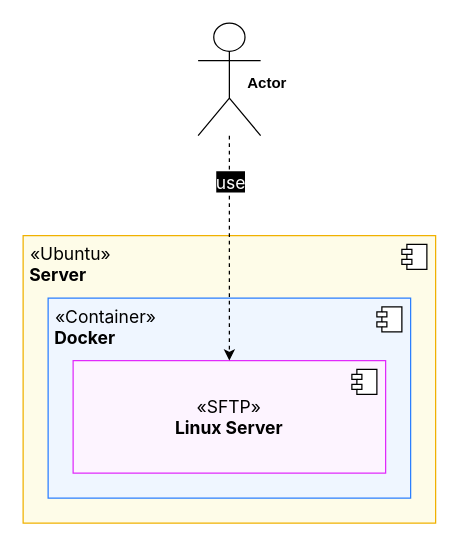
Above: page "server_sftp-introduction" (1 of 3) of public/DATA_STREET/DATA_STREET.drawio in TrulyDigital/project-documentation (draw.io), before the change. Source tidied: cells renumbered, new cells numbered last; positions are measured from the earlier drawing's top-left corner, leaving out a move shared by most shapes. Both pictures are drawn from the tidied source at 125%, with x=0, y=0 at pixel (22, 22).
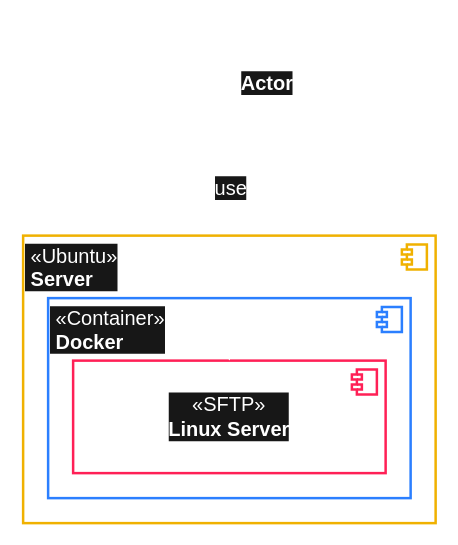
Above is the later version.

What changed in the source:
```diff
@@
 <mxGraphModel>
   <root>
     <mxCell id="0" />
     <mxCell id="1" parent="0" />
-    <mxCell id="2" value="&amp;nbsp;«Ubuntu»&lt;br&gt;&lt;b&gt;&amp;nbsp;Server&lt;/b&gt;" style="html=1;whiteSpace=wrap;align=left;verticalAlign=top;fillColor=light-dark(#FEFCE8,#FEFCE8);fontFamily=Inter;strokeColor=#F0B100;fontSize=14;" parent="1" vertex="1">
+    <mxCell id="2" value="&lt;span style=&quot;&quot;&gt;&amp;nbsp;«Ubuntu»&lt;br&gt;&lt;b&gt;&amp;nbsp;Server&lt;/b&gt;&lt;/span&gt;" style="html=1;whiteSpace=wrap;align=left;verticalAlign=top;fillColor=none;fontFamily=Helvetica;strokeColor=#F0B100;fontSize=16;strokeWidth=2;fontColor=#FFFFFF;labelBackgroundColor=#171717;" parent="1" vertex="1">
       <mxGeometry y="170" width="330" height="230" as="geometry" />
     </mxCell>
-    <mxCell id="3" style="shape=module;jettyWidth=8;jettyHeight=4;fontFamily=Inter;fontSize=14;" parent="2" vertex="1">
+    <mxCell id="3" style="shape=module;jettyWidth=8;jettyHeight=4;fontFamily=Inter;fontSize=16;fillColor=none;strokeColor=#F0B100;strokeWidth=2;" parent="2" vertex="1">
       <mxGeometry x="1" width="20" height="20" relative="1" as="geometry">
         <mxPoint x="-27" y="7" as="offset" />
       </mxGeometry>
     </mxCell>
-    <mxCell id="4" value="&amp;nbsp;«Container»&lt;br&gt;&lt;b&gt;&amp;nbsp;Docker&lt;/b&gt;" style="html=1;whiteSpace=wrap;align=left;verticalAlign=top;fillColor=#EFF6FF;fontFamily=Inter;strokeColor=#2B7FFF;fontSize=14;" parent="1" vertex="1">
+    <mxCell id="4" value="&lt;font style=&quot;&quot;&gt;&amp;nbsp;«Container»&lt;br&gt;&lt;b&gt;&amp;nbsp;Docker&lt;/b&gt;&lt;/font&gt;" style="html=1;whiteSpace=wrap;align=left;verticalAlign=top;fillColor=none;fontFamily=Helvetica;strokeColor=#2B7FFF;fontSize=16;strokeWidth=2;fontColor=#FFFFFF;labelBackgroundColor=#171717;" parent="1" vertex="1">
       <mxGeometry x="20" y="220" width="290" height="160" as="geometry" />
     </mxCell>
-    <mxCell id="5" style="shape=module;jettyWidth=8;jettyHeight=4;fontFamily=Inter;fontSize=14;" parent="4" vertex="1">
+    <mxCell id="5" style="shape=module;jettyWidth=8;jettyHeight=4;fontFamily=Inter;fontSize=16;fillColor=none;strokeColor=#2B7FFF;strokeWidth=2;" parent="4" vertex="1">
       <mxGeometry x="1" width="20" height="20" relative="1" as="geometry">
         <mxPoint x="-27" y="7" as="offset" />
       </mxGeometry>
     </mxCell>
-    <mxCell id="6" value="«SFTP»&lt;br&gt;&lt;b&gt;Linux Server&lt;/b&gt;" style="html=1;whiteSpace=wrap;align=center;verticalAlign=middle;fillColor=#FDF4FF;fontFamily=Inter;strokeColor=#E12AFB;fontSize=14;" parent="1" vertex="1">
+    <mxCell id="6" value="&lt;font style=&quot;&quot;&gt;«SFTP»&lt;br&gt;&lt;b&gt;Linux Server&lt;/b&gt;&lt;/font&gt;" style="html=1;whiteSpace=wrap;align=center;verticalAlign=middle;fillColor=none;fontFamily=Helvetica;strokeColor=#FF2056;fontSize=16;strokeWidth=2;fontColor=#FFFFFF;labelBackgroundColor=#171717;" parent="1" vertex="1">
       <mxGeometry x="40" y="270" width="250" height="90" as="geometry" />
     </mxCell>
-    <mxCell id="7" style="shape=module;jettyWidth=8;jettyHeight=4;fontFamily=Inter;fontSize=14;" parent="6" vertex="1">
+    <mxCell id="7" style="shape=module;jettyWidth=8;jettyHeight=4;fontFamily=Inter;fontSize=16;fillColor=none;strokeWidth=2;strokeColor=#FF2056;" parent="6" vertex="1">
       <mxGeometry x="1" width="20" height="20" relative="1" as="geometry">
         <mxPoint x="-27" y="7" as="offset" />
       </mxGeometry>
     </mxCell>
-    <mxCell id="8" style="edgeStyle=orthogonalEdgeStyle;rounded=0;jettySize=auto;html=1;dashed=1;" parent="1" edge="1" source="10" target="6">
+    <mxCell id="8" style="edgeStyle=orthogonalEdgeStyle;rounded=0;jettySize=auto;html=1;dashed=1;strokeWidth=2;strokeColor=#FFFFFF;fontSize=16;" parent="1" edge="1" source="10" target="6">
       <mxGeometry relative="1" as="geometry">
         <Array as="points">
           <mxPoint x="165" y="180" />
           <mxPoint x="165" y="180" />
         </Array>
       </mxGeometry>
     </mxCell>
-    <mxCell id="9" value="&lt;span style=&quot;background-color: rgb(0, 0, 0);&quot;&gt;&lt;font style=&quot;color: rgb(255, 255, 255);&quot;&gt;use&lt;/font&gt;&lt;/span&gt;" style="edgeLabel;html=1;align=center;verticalAlign=middle;fontFamily=Inter;fontSize=14;" parent="8" vertex="1">
+    <mxCell id="9" value="&lt;span style=&quot;&quot;&gt;&lt;font style=&quot;&quot;&gt;use&lt;/font&gt;&lt;/span&gt;" style="edgeLabel;html=1;align=center;verticalAlign=middle;fontFamily=Helvetica;fontSize=16;labelBackgroundColor=#171717;fontColor=#FFFFFF;" parent="8" vertex="1">
       <mxGeometry x="-0.36" y="-1" relative="1" as="geometry">
-        <mxPoint x="1" y="-21" as="offset" />
+        <mxPoint x="1" y="-17" as="offset" />
       </mxGeometry>
     </mxCell>
-    <mxCell id="10" style="shape=umlActor;verticalLabelPosition=bottom;verticalAlign=top;html=1;" parent="1" vertex="1">
+    <mxCell id="10" style="shape=umlActor;verticalLabelPosition=bottom;verticalAlign=top;html=1;strokeWidth=2;strokeColor=#FFFFFF;fontSize=16;labelBackgroundColor=default;fillColor=#FFFFFF;shadow=0;" parent="1" vertex="1">
       <mxGeometry x="140" width="50" height="90" as="geometry" />
     </mxCell>
-    <mxCell id="11" value="Actor" style="text;align=center;fontStyle=1;verticalAlign=middle;spacingLeft=3;spacingRight=3;strokeColor=none;html=1;" parent="1" vertex="1">
+    <mxCell id="11" value="&lt;font style=&quot;&quot;&gt;Actor&lt;/font&gt;" style="text;align=center;fontStyle=1;verticalAlign=middle;spacingLeft=3;spacingRight=3;strokeColor=none;html=1;fontFamily=Helvetica;fontSize=16;fontColor=#FFFFFF;labelBackgroundColor=#171717;" parent="1" vertex="1">
       <mxGeometry x="155" y="35" width="80" height="26" as="geometry" />
     </mxCell>
   </root>
 </mxGraphModel>
```
